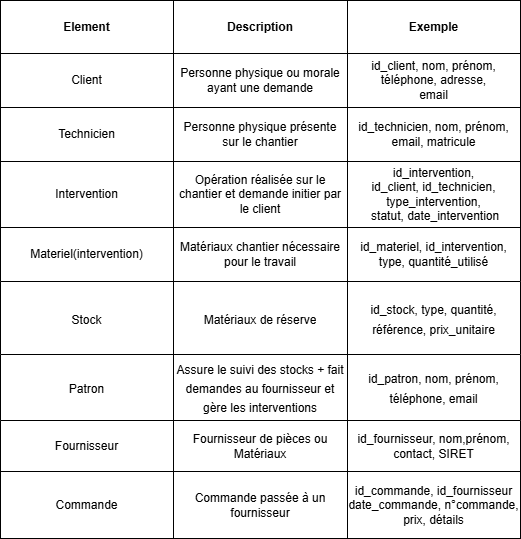
This is Documents/MCD.drawio.png from alexaderatls/fil-rouge, a draw.io export, as it was before one commit. Source tidied: cells renumbered, new cells last; positions are measured from the earlier drawing's top-left corner, leaving out a move shared by most shapes.
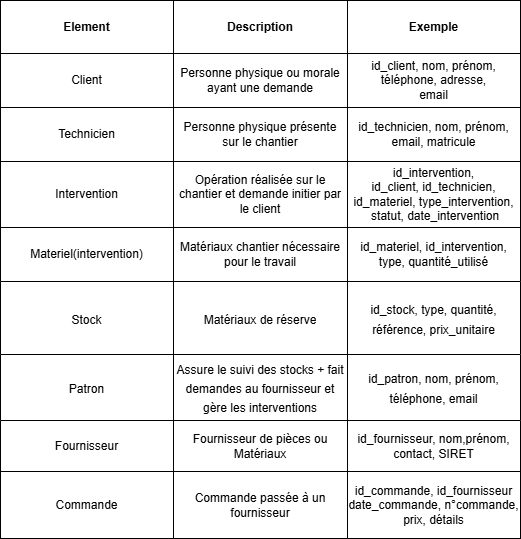
After the change.

Commit message:
MCD graphique

The edit, as a diff of the source:
```diff
@@ -80,7 +80,7 @@
     <mxCell id="27" value="Opération réalisée sur le chantier et demande initier par le client" style="strokeColor=inherit;fillColor=none;align=center;whiteSpace=wrap;html=1;" parent="25" vertex="1">
       <mxGeometry x="173" width="174" height="66" as="geometry" />
     </mxCell>
-    <mxCell id="28" value="id_intervention,&lt;div&gt;id_client, id_technicien, type_intervention,&lt;br&gt;&amp;nbsp;statut, date_intervention&lt;/div&gt;" style="strokeColor=inherit;fillColor=none;align=center;whiteSpace=wrap;html=1;" parent="25" vertex="1">
+    <mxCell id="28" value="id_intervention,&lt;div&gt;id_client, id_technicien, id_materiel, type_intervention,&lt;br&gt;&amp;nbsp;statut, date_intervention&lt;/div&gt;" style="strokeColor=inherit;fillColor=none;align=center;whiteSpace=wrap;html=1;" parent="25" vertex="1">
       <mxGeometry x="347" width="173" height="66" as="geometry" />
     </mxCell>
     <mxCell id="29" style="shape=tableRow;horizontal=0;startSize=0;swimlaneHead=0;swimlaneBody=0;top=0;left=0;bottom=0;right=0;fontStyle=0;fillColor=none;strokeColor=inherit;" parent="20" vertex="1">
```
